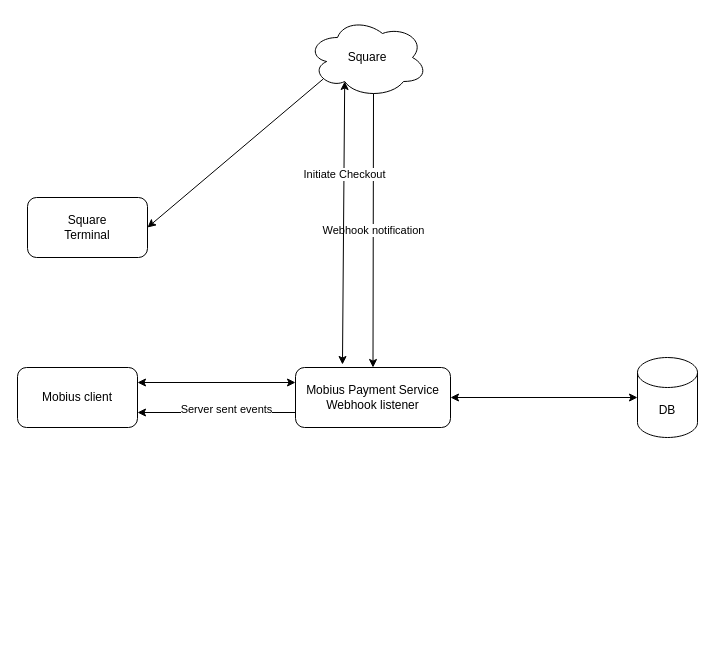
Above: tcs/draw_io/Payment.drawio in alffrey/sequence_diagrams (draw.io), before the change. Source tidied: cells renumbered, new cells numbered last; positions are measured from the earlier drawing's top-left corner, leaving out a move shared by most shapes. Both pictures are drawn from the tidied source at 100%, with x=0, y=0 at pixel (17, 17).
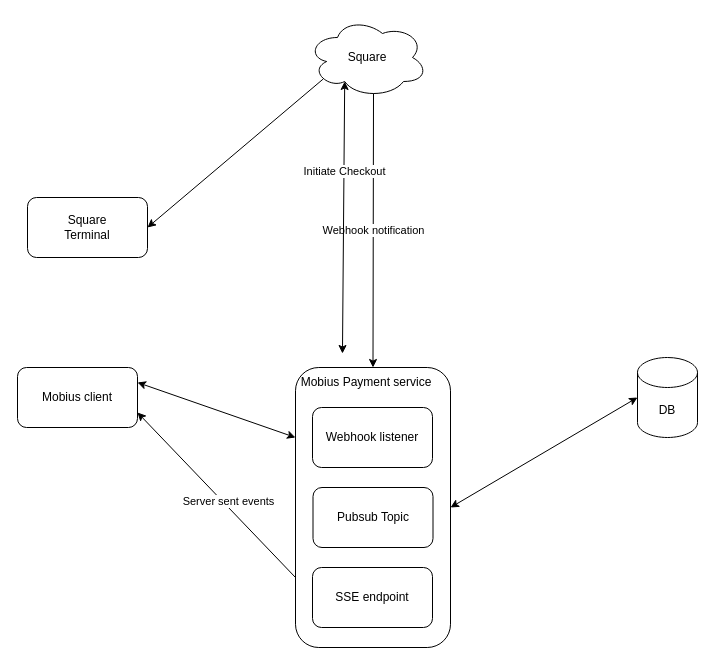
The same page after the edit.

Commit message:
added details to payment

Change to the diagram source:
```diff
@@
 <mxGraphModel>
   <root>
     <mxCell id="0" />
     <mxCell id="1" parent="0" />
     <mxCell id="2" value="Square" style="ellipse;shape=cloud;whiteSpace=wrap;html=1;" parent="1" vertex="1">
       <mxGeometry x="290" width="120" height="80" as="geometry" />
     </mxCell>
-    <mxCell id="3" value="Mobius Payment Service&lt;br&gt;Webhook listener" style="rounded=1;whiteSpace=wrap;html=1;" parent="1" vertex="1">
-      <mxGeometry x="278" y="350" width="155" height="60" as="geometry" />
+    <mxCell id="3" style="rounded=1;whiteSpace=wrap;html=1;" parent="1" vertex="1">
+      <mxGeometry x="278" y="350" width="155" height="280" as="geometry" />
     </mxCell>
     <mxCell id="4" value="Webhook notification" style="endArrow=classic;html=1;rounded=0;exitX=0.55;exitY=0.95;exitDx=0;exitDy=0;exitPerimeter=0;entryX=0.5;entryY=0;entryDx=0;entryDy=0;" parent="1" edge="1" source="2" target="3">
       <mxGeometry relative="1" as="geometry" />
     </mxCell>
     <mxCell id="5" value="DB" style="shape=cylinder3;whiteSpace=wrap;html=1;boundedLbl=1;backgroundOutline=1;size=15;" parent="1" vertex="1">
       <mxGeometry x="620" y="340" width="60" height="80" as="geometry" />
     </mxCell>
     <mxCell id="6" style="endArrow=classic;startArrow=classic;html=1;rounded=0;entryX=0;entryY=0.5;entryDx=0;entryDy=0;entryPerimeter=0;exitX=1;exitY=0.5;exitDx=0;exitDy=0;" parent="1" edge="1" source="3" target="5">
       <mxGeometry relative="1" as="geometry" />
     </mxCell>
     <mxCell id="7" value="Mobius client" style="rounded=1;whiteSpace=wrap;html=1;" parent="1" vertex="1">
       <mxGeometry y="350" width="120" height="60" as="geometry" />
     </mxCell>
     <mxCell id="8" style="endArrow=classic;html=1;rounded=0;entryX=1;entryY=0.75;entryDx=0;entryDy=0;exitX=0;exitY=0.75;exitDx=0;exitDy=0;" parent="1" edge="1" source="3" target="7">
       <mxGeometry relative="1" as="geometry" />
     </mxCell>
     <mxCell id="9" value="Server sent events" style="edgeLabel;html=1;align=center;verticalAlign=middle;" parent="8" vertex="1">
       <mxGeometry x="-0.11" y="-4" relative="1" as="geometry" />
     </mxCell>
     <mxCell id="10" style="endArrow=classic;startArrow=classic;html=1;rounded=0;exitX=1;exitY=0.25;exitDx=0;exitDy=0;entryX=0;entryY=0.25;entryDx=0;entryDy=0;" parent="1" edge="1" source="7" target="3">
       <mxGeometry relative="1" as="geometry" />
     </mxCell>
     <mxCell id="11" style="endArrow=classic;startArrow=classic;html=1;rounded=0;entryX=0.303;entryY=-0.05;entryDx=0;entryDy=0;exitX=0.31;exitY=0.8;exitDx=0;exitDy=0;exitPerimeter=0;entryPerimeter=0;" parent="1" edge="1" source="2" target="3">
       <mxGeometry relative="1" as="geometry" />
     </mxCell>
     <mxCell id="12" value="Initiate Checkout" style="edgeLabel;html=1;align=center;verticalAlign=middle;" parent="11" vertex="1">
       <mxGeometry x="-0.34" relative="1" as="geometry" />
     </mxCell>
     <mxCell id="13" value="Square &lt;br&gt;Terminal" style="rounded=1;whiteSpace=wrap;html=1;" parent="1" vertex="1">
       <mxGeometry x="10" y="180" width="120" height="60" as="geometry" />
     </mxCell>
     <mxCell id="14" style="endArrow=classic;html=1;rounded=0;exitX=0.13;exitY=0.77;exitDx=0;exitDy=0;exitPerimeter=0;entryX=1;entryY=0.5;entryDx=0;entryDy=0;" parent="1" edge="1" source="2" target="13">
       <mxGeometry relative="1" as="geometry" />
     </mxCell>
+    <mxCell id="15" value="Webhook listener" style="rounded=1;whiteSpace=wrap;html=1;" parent="1" vertex="1">
+      <mxGeometry x="295" y="390" width="120" height="60" as="geometry" />
+    </mxCell>
+    <mxCell id="16" value="SSE endpoint" style="rounded=1;whiteSpace=wrap;html=1;" parent="1" vertex="1">
+      <mxGeometry x="295" y="550" width="120" height="60" as="geometry" />
+    </mxCell>
+    <mxCell id="17" value="Mobius Payment service" style="text;html=1;strokeColor=none;fillColor=none;align=center;verticalAlign=middle;whiteSpace=wrap;rounded=0;" parent="1" vertex="1">
+      <mxGeometry x="278" y="350" width="142" height="30" as="geometry" />
+    </mxCell>
+    <mxCell id="18" value="Pubsub Topic" style="rounded=1;whiteSpace=wrap;html=1;" parent="1" vertex="1">
+      <mxGeometry x="295.5" y="470" width="120" height="60" as="geometry" />
+    </mxCell>
   </root>
 </mxGraphModel>
```
